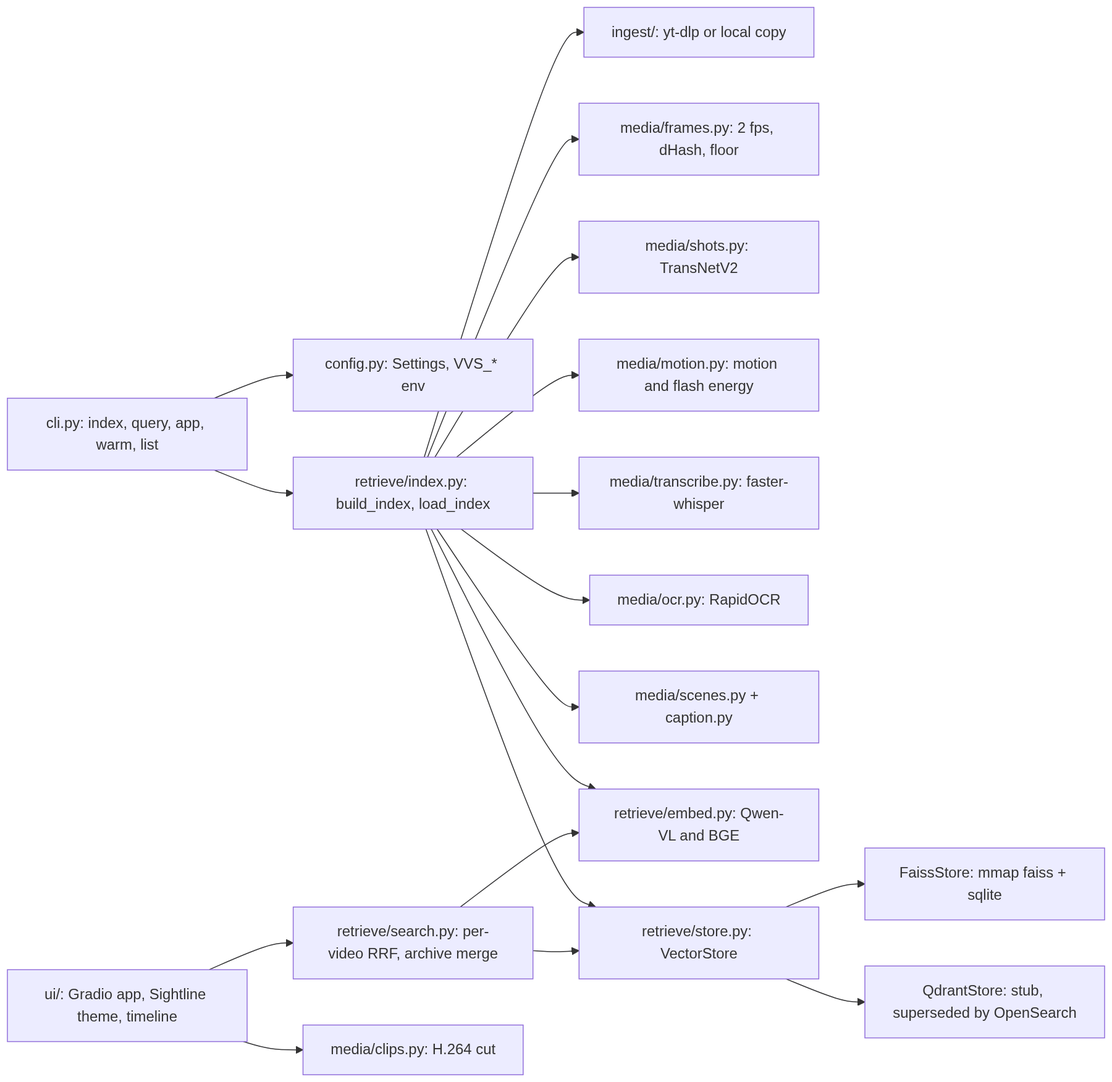
The Mermaid diagram docs/images/diagrams/proto-4-2-package-and-component-view.png in smarthi/voice-video-search, before a commit. Its source is kept beside it as docs/diagrams/proto-4-2-package-and-component-view.mmd. The source it was exported from:
```mermaid
flowchart LR
  CLI["cli.py: index, query, app, warm, list"] --> CFG["config.py: Settings, VVS_* env"]
  CLI --> IDX["retrieve/index.py: build_index, load_index"]
  IDX --> INGP["ingest/: yt-dlp or local copy"]
  IDX --> FRM["media/frames.py: 2 fps, dHash, floor"]
  IDX --> SHT["media/shots.py: TransNetV2"]
  IDX --> MOT["media/motion.py: motion and flash energy"]
  IDX --> TRS["media/transcribe.py: faster-whisper"]
  IDX --> OCRM["media/ocr.py: RapidOCR"]
  IDX --> SCN["media/scenes.py + caption.py"]
  IDX --> EMB["retrieve/embed.py: Qwen-VL and BGE"]
  IDX --> STO["retrieve/store.py: VectorStore"]
  STO --> FS["FaissStore: mmap faiss + sqlite"]
  STO --> QS["QdrantStore: stub, superseded by OpenSearch"]
  SRCH["retrieve/search.py: per-video RRF, archive merge"] --> STO
  SRCH --> EMB
  UI["ui/: Gradio app, Sightline theme, timeline"] --> SRCH
  UI --> CLP["media/clips.py: H.264 cut"]
```
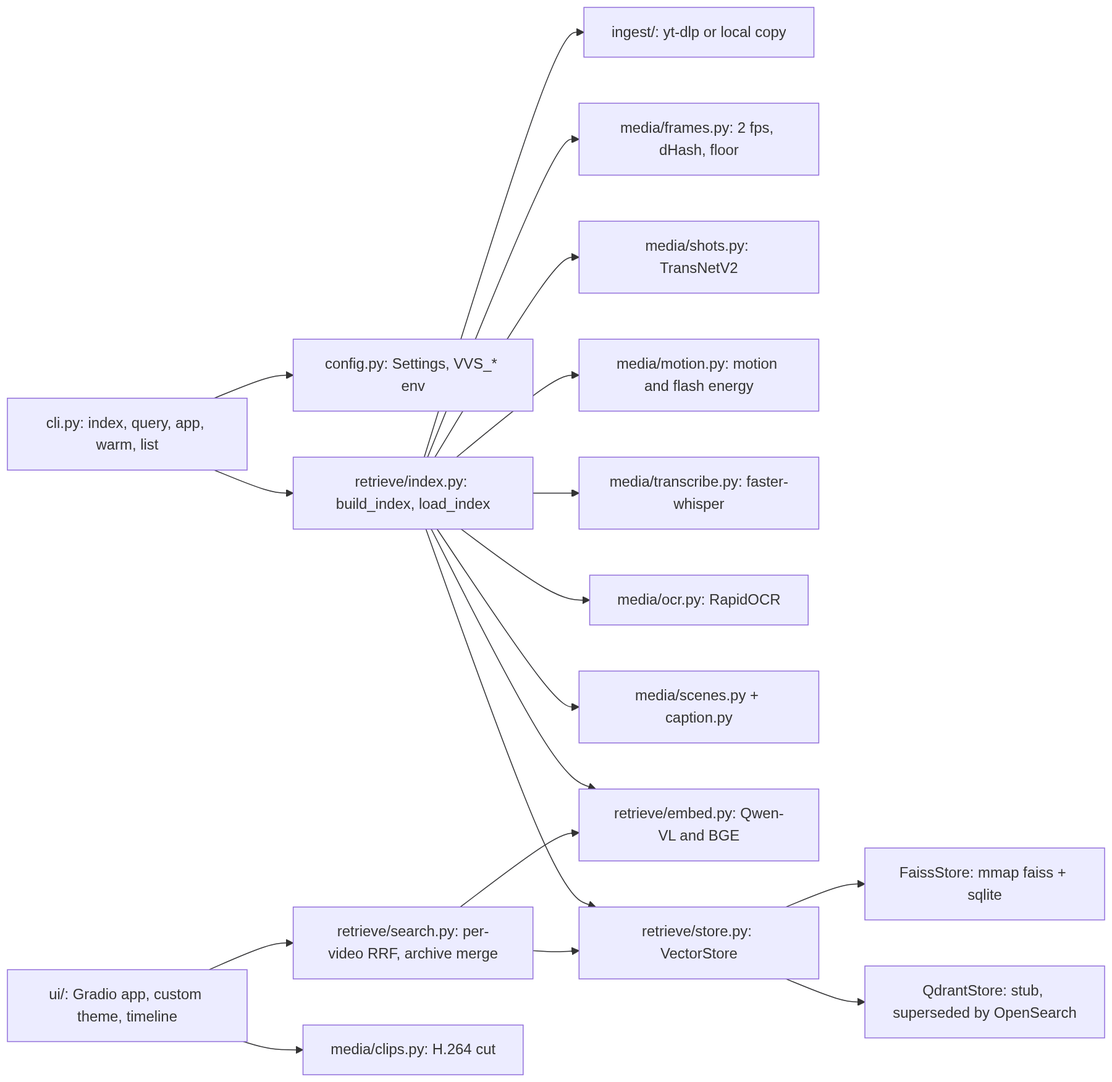
After the change.

The edit, as a diff of the source:
```diff
@@ -14,5 +14,5 @@
   STO --> QS["QdrantStore: stub, superseded by OpenSearch"]
   SRCH["retrieve/search.py: per-video RRF, archive merge"] --> STO
   SRCH --> EMB
-  UI["ui/: Gradio app, Sightline theme, timeline"] --> SRCH
+  UI["ui/: Gradio app, custom theme, timeline"] --> SRCH
   UI --> CLP["media/clips.py: H.264 cut"]
```
